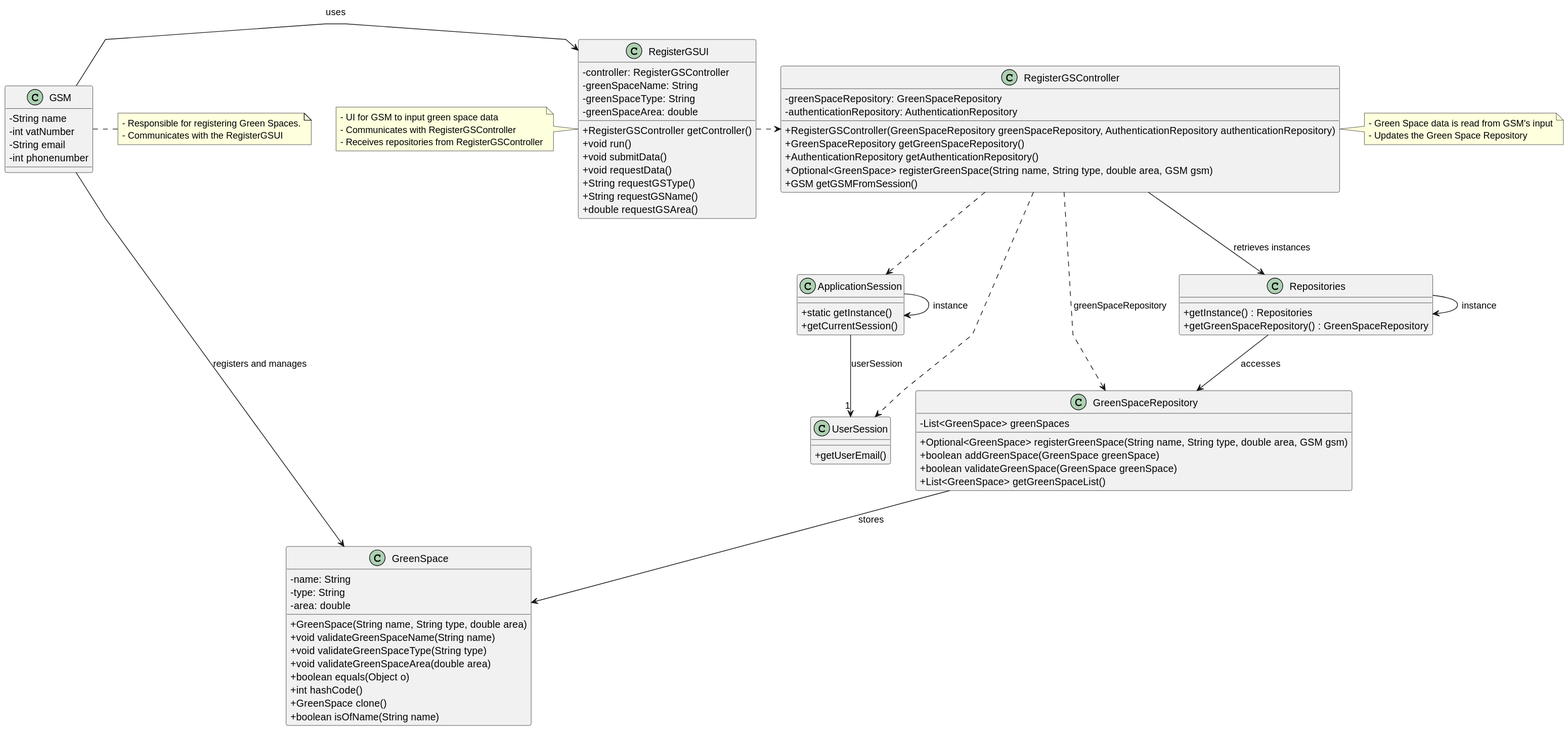
Before: docs/sprint3/us020/03.design/svg/us020-class-diagram.svg, a diagram exported from PlantUML (tiagosoa/lei-24-s2-1dgh-g073).
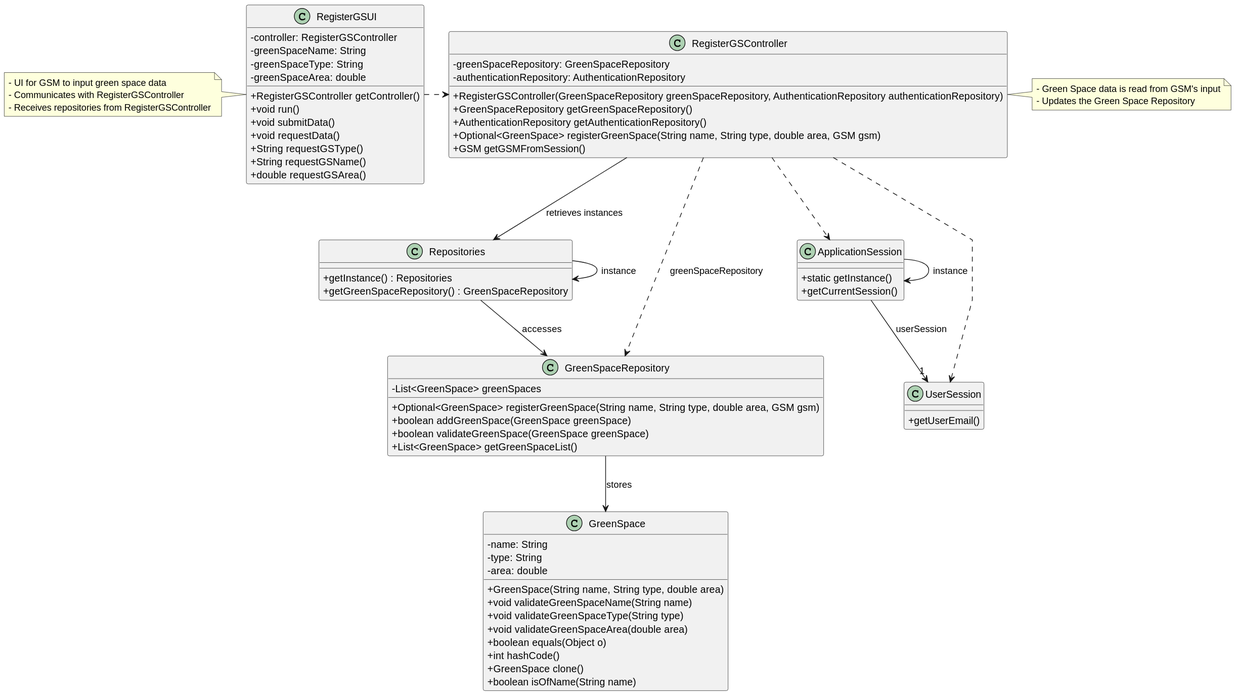
The same diagram one commit later.

Diff of the diagram source:
```diff
@@ -68,21 +68,9 @@
   + GSM getGSMFromSession()
 }
 
-class GSM {
-   - String name
-   - int vatNumber
-   - String email
-   - int phonenumber
-}
-
 note right of RegisterGSController
   - Green Space data is read from GSM's input
   - Updates the Green Space Repository
-end note
-
-note right of GSM
- - Responsible for registering Green Spaces.
- - Communicates with the RegisterGSUI
 end note
 
 note left of RegisterGSUI
@@ -90,9 +78,6 @@
   - Communicates with RegisterGSController
   - Receives repositories from RegisterGSController
 end note
-
-GSM --> GreenSpace: registers and manages
-GSM -> RegisterGSUI: uses
 
 Repositories -> Repositories : instance
 ApplicationSession -> ApplicationSession : instance
```
